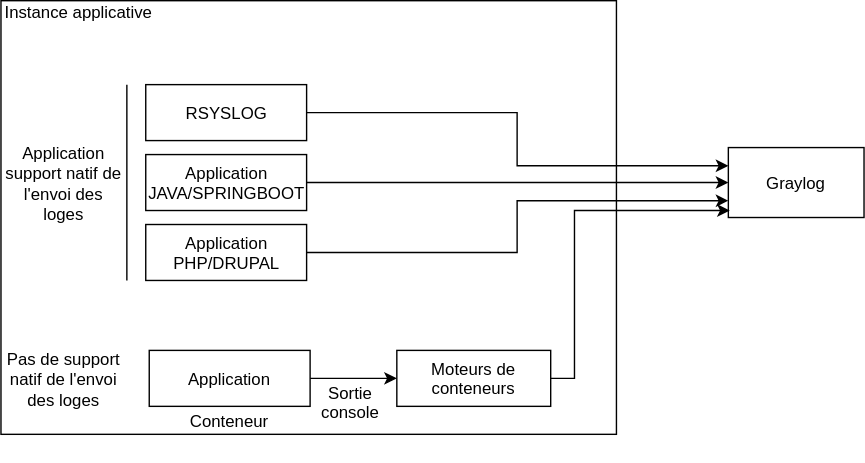
Earlier version of the draw.io export Docs/instance-applicative.svg (139bercy/cloud-appliance-observability). Source tidied: cells renumbered, new cells last; positions are measured from the earlier drawing's top-left corner, leaving out a move shared by most shapes.
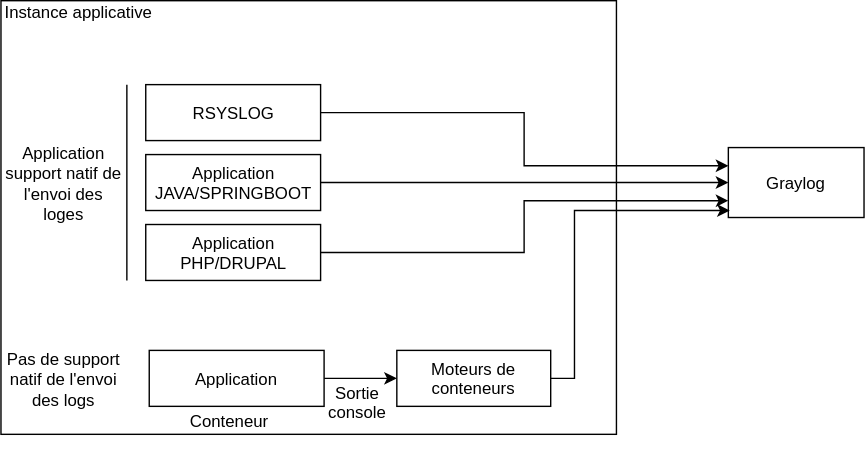
Later version of the same file.

The edit, as a diff of the source:
```diff
@@ -23,25 +23,25 @@
       <mxGeometry relative="1" as="geometry" />
     </mxCell>
     <mxCell id="7" value="Application" style="rounded=0;whiteSpace=wrap;html=1;" parent="1" vertex="1">
-      <mxGeometry x="106" y="250" width="115" height="40" as="geometry" />
+      <mxGeometry x="106" y="250" width="125" height="40" as="geometry" />
     </mxCell>
     <mxCell id="8" style="edgeStyle=orthogonalEdgeStyle;rounded=0;jettySize=auto;html=1;entryX=0;entryY=0.75;entryDx=0;entryDy=0;" parent="1" edge="1" source="9" target="3">
       <mxGeometry relative="1" as="geometry" />
     </mxCell>
     <mxCell id="9" value="Application PHP/DRUPAL" style="rounded=0;whiteSpace=wrap;html=1;" parent="1" vertex="1">
-      <mxGeometry x="103.5" y="160" width="115" height="40" as="geometry" />
+      <mxGeometry x="103.5" y="160" width="125" height="40" as="geometry" />
     </mxCell>
     <mxCell id="10" style="edgeStyle=orthogonalEdgeStyle;rounded=0;jettySize=auto;html=1;" parent="1" edge="1" source="11" target="3">
       <mxGeometry relative="1" as="geometry" />
     </mxCell>
     <mxCell id="11" value="Application JAVA/SPRINGBOOT" style="rounded=0;whiteSpace=wrap;html=1;" parent="1" vertex="1">
-      <mxGeometry x="103.5" y="110" width="115" height="40" as="geometry" />
+      <mxGeometry x="103.5" y="110" width="125" height="40" as="geometry" />
     </mxCell>
     <mxCell id="12" style="edgeStyle=orthogonalEdgeStyle;rounded=0;jettySize=auto;html=1;entryX=0;entryY=0.25;entryDx=0;entryDy=0;" parent="1" edge="1" source="13" target="3">
       <mxGeometry relative="1" as="geometry" />
     </mxCell>
     <mxCell id="13" value="RSYSLOG" style="rounded=0;whiteSpace=wrap;html=1;" parent="1" vertex="1">
-      <mxGeometry x="103.5" y="60" width="115" height="40" as="geometry" />
+      <mxGeometry x="103.5" y="60" width="125" height="40" as="geometry" />
     </mxCell>
     <mxCell id="14" value="Application support natif de l'envoi des loges" style="text;html=1;strokeColor=none;fillColor=none;align=center;verticalAlign=middle;whiteSpace=wrap;rounded=0;" parent="1" vertex="1">
       <mxGeometry y="70" width="90" height="120" as="geometry" />
@@ -52,11 +52,11 @@
         <mxPoint x="90" y="60" as="targetPoint" />
       </mxGeometry>
     </mxCell>
-    <mxCell id="16" value="Pas de support natif de l'envoi des loges" style="text;html=1;strokeColor=none;fillColor=none;align=center;verticalAlign=middle;whiteSpace=wrap;rounded=0;" parent="1" vertex="1">
+    <mxCell id="16" value="Pas de support natif de l'envoi des logs" style="text;html=1;strokeColor=none;fillColor=none;align=center;verticalAlign=middle;whiteSpace=wrap;rounded=0;" parent="1" vertex="1">
       <mxGeometry y="210" width="90" height="120" as="geometry" />
     </mxCell>
     <mxCell id="17" value="Sortie console" style="text;html=1;strokeColor=none;fillColor=none;align=center;verticalAlign=middle;whiteSpace=wrap;rounded=0;" parent="1" vertex="1">
-      <mxGeometry x="229.5" y="277" width="40" height="20" as="geometry" />
+      <mxGeometry x="235" y="277" width="40" height="20" as="geometry" />
     </mxCell>
     <mxCell id="18" value="Conteneur" style="text;html=1;strokeColor=none;fillColor=none;align=center;verticalAlign=middle;whiteSpace=wrap;rounded=0;" parent="1" vertex="1">
       <mxGeometry x="143.5" y="290" width="40" height="20" as="geometry" />
```
